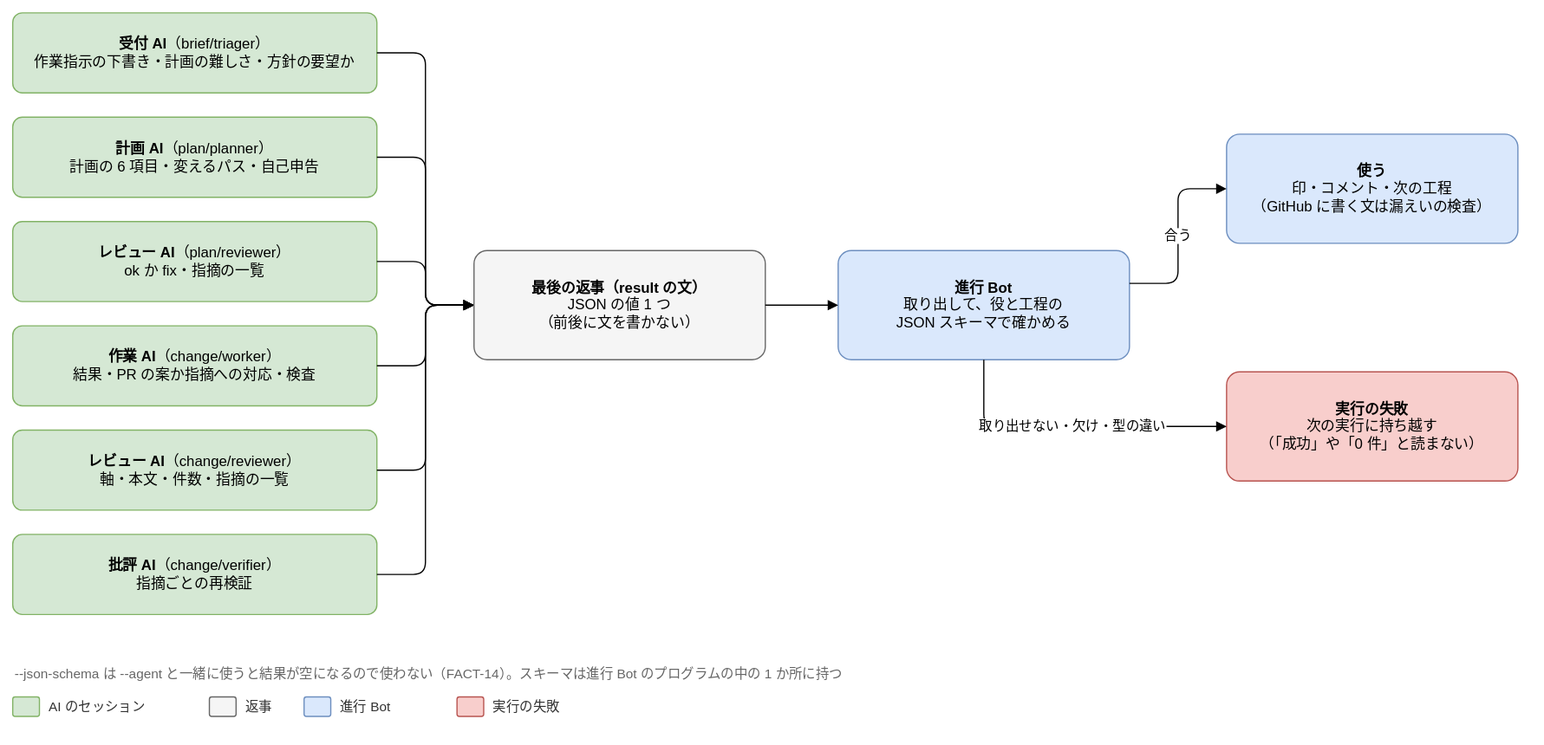
The draw.io diagram docs/design/basic/diagrams/03-output-contracts.drawio.svg in Joymerrevent/dev-autopilot, before a commit. Source tidied: cells renumbered, new cells last; positions are measured from the earlier drawing's top-left corner, leaving out a move shared by most shapes.
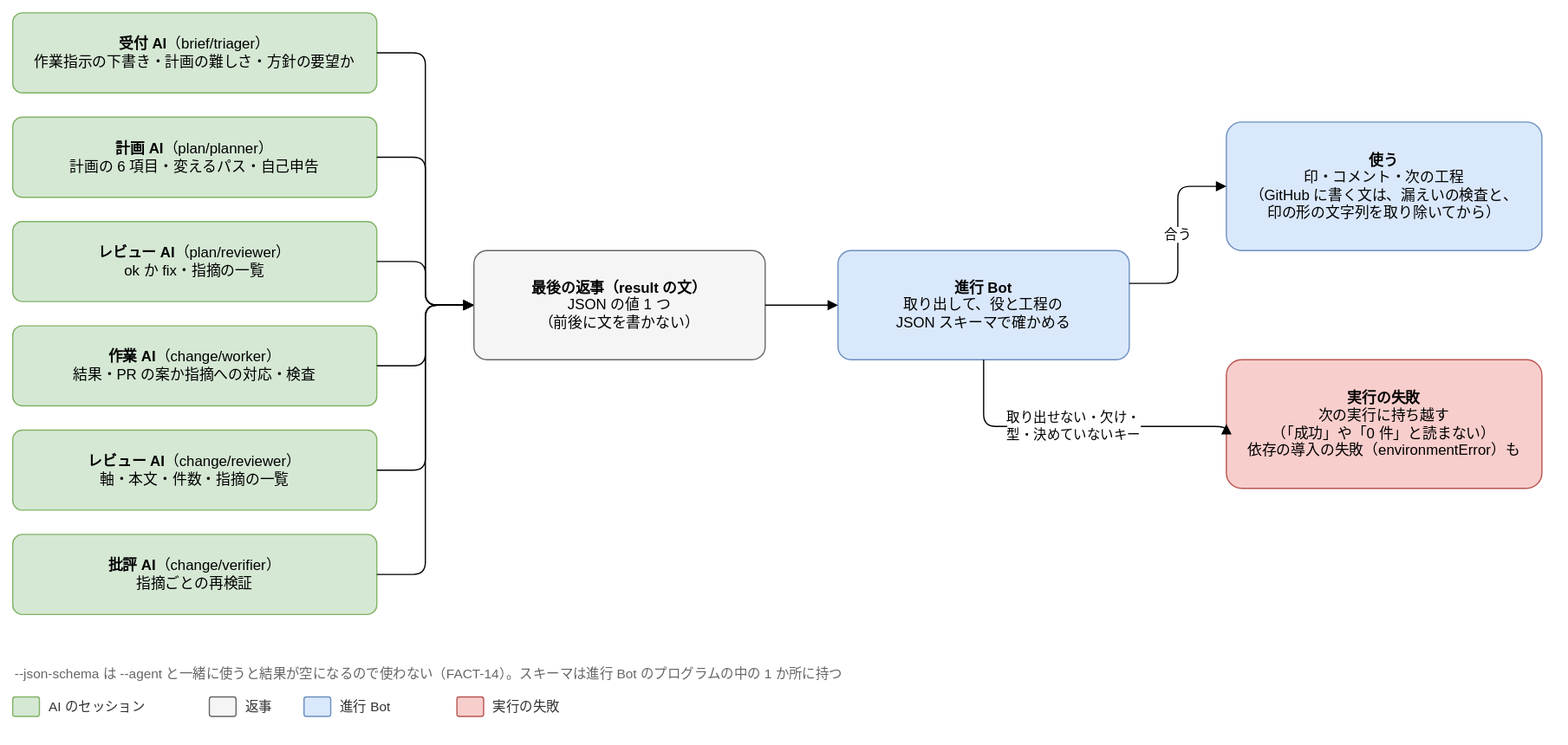
After the change.

Diff of the diagram source:
```diff
@@ -47,16 +47,16 @@
     <mxCell id="16" style="edgeStyle=orthogonalEdgeStyle;rounded=1;html=1;endArrow=block;endFill=1;fontSize=11;labelBackgroundColor=#ffffff;exitX=1;exitY=0.5;exitDx=0;exitDy=0;entryX=0;entryY=0.5;entryDx=0;entryDy=0;" parent="1" edge="1" source="14" target="15">
       <mxGeometry relative="1" as="geometry" />
     </mxCell>
-    <mxCell id="17" value="&lt;b&gt;使う&lt;/b&gt;&lt;br&gt;印・コメント・次の工程&lt;br&gt;（GitHub に書く文は漏えいの検査）" style="rounded=1;whiteSpace=wrap;html=1;fontSize=12;arcSize=12;spacing=12;fillColor=#dae8fc;strokeColor=#6c8ebf;" parent="1" vertex="1">
-      <mxGeometry x="1000" y="100" width="240" height="90" as="geometry" />
+    <mxCell id="17" value="&lt;b&gt;使う&lt;/b&gt;&lt;br&gt;印・コメント・次の工程&lt;br&gt;（GitHub に書く文は、漏えいの検査と、&lt;br&gt;印の形の文字列を取り除いてから）" style="rounded=1;whiteSpace=wrap;html=1;fontSize=12;arcSize=12;spacing=12;fillColor=#dae8fc;strokeColor=#6c8ebf;" parent="1" vertex="1">
+      <mxGeometry x="1000" y="90" width="260" height="106" as="geometry" />
     </mxCell>
-    <mxCell id="18" value="&lt;b&gt;実行の失敗&lt;/b&gt;&lt;br&gt;次の実行に持ち越す&lt;br&gt;（「成功」や「0 件」と読まない）" style="rounded=1;whiteSpace=wrap;html=1;fontSize=12;arcSize=12;spacing=12;fillColor=#f8cecc;strokeColor=#b85450;" parent="1" vertex="1">
-      <mxGeometry x="1000" y="296" width="240" height="90" as="geometry" />
+    <mxCell id="18" value="&lt;b&gt;実行の失敗&lt;/b&gt;&lt;br&gt;次の実行に持ち越す&lt;br&gt;（「成功」や「0 件」と読まない）&lt;br&gt;依存の導入の失敗（environmentError）も" style="rounded=1;whiteSpace=wrap;html=1;fontSize=12;arcSize=12;spacing=12;fillColor=#f8cecc;strokeColor=#b85450;" parent="1" vertex="1">
+      <mxGeometry x="1000" y="286" width="260" height="106" as="geometry" />
     </mxCell>
     <mxCell id="19" value="合う" style="edgeStyle=orthogonalEdgeStyle;rounded=1;html=1;endArrow=block;endFill=1;fontSize=11;labelBackgroundColor=#ffffff;exitX=1;exitY=0.3;exitDx=0;exitDy=0;entryX=0;entryY=0.5;entryDx=0;entryDy=0;" parent="1" edge="1" source="15" target="17">
       <mxGeometry relative="1" as="geometry" />
     </mxCell>
-    <mxCell id="20" value="取り出せない・欠け・型の違い" style="edgeStyle=orthogonalEdgeStyle;rounded=1;html=1;endArrow=block;endFill=1;fontSize=11;labelBackgroundColor=#ffffff;exitX=0.5;exitY=1;exitDx=0;exitDy=0;entryX=0;entryY=0.5;entryDx=0;entryDy=0;" parent="1" edge="1" source="15" target="18">
+    <mxCell id="20" value="取り出せない・欠け・&lt;br&gt;型・決めていないキー" style="edgeStyle=orthogonalEdgeStyle;rounded=1;html=1;endArrow=block;endFill=1;fontSize=11;labelBackgroundColor=#ffffff;exitX=0.5;exitY=1;exitDx=0;exitDy=0;entryX=0;entryY=0.5;entryDx=0;entryDy=0;" parent="1" edge="1" source="15" target="18">
       <mxGeometry relative="1" as="geometry">
         <Array as="points">
           <mxPoint x="800" y="341" />
```
